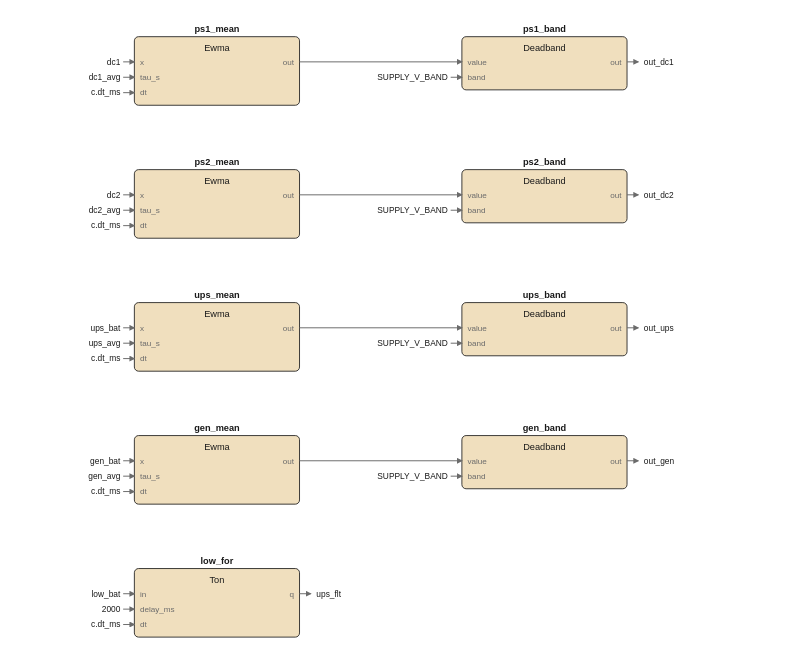
The draw.io diagram images/logic/dc_watch_fbd.drawio.svg in pstch/botanik2, before a commit. Source tidied: cells renumbered, new cells last; positions are measured from the earlier drawing's top-left corner, leaving out a move shared by most shapes.
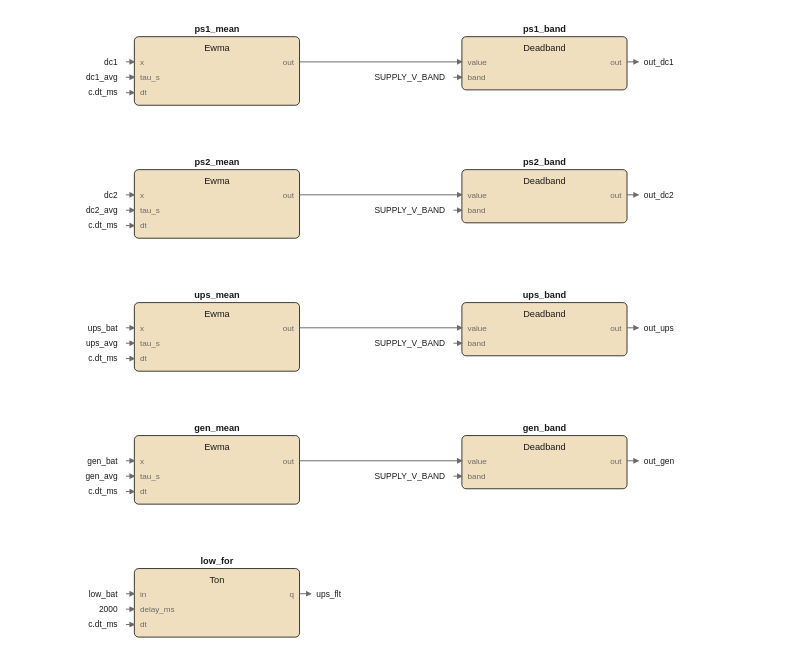
Later version of the same file.

Change to the diagram source:
```diff
@@ -179,244 +179,208 @@
     <mxCell id="60" value="q" style="text;html=1;whiteSpace=nowrap;fontSize=6;fontColor=#6b6b6b;align=right;verticalAlign=middle;" parent="1" vertex="1">
       <mxGeometry x="131" y="403.6" width="20" height="9.8" as="geometry" />
     </mxCell>
-    <mxCell id="61" style="edgeStyle=none;html=1;strokeColor=#6b6b6b;endArrow=block;" parent="1" edge="1">
+    <mxCell id="61" style="edgeStyle=none;html=1;strokeColor=#6b6b6b;endArrow=block;exitX=1;exitY=0.4737;exitDx=0;exitDy=0;" parent="1" edge="1" source="9">
       <mxGeometry relative="1" as="geometry">
-        <mxPoint x="389" y="28" as="sourcePoint" />
         <mxPoint x="397" y="28" as="targetPoint" />
       </mxGeometry>
     </mxCell>
     <mxCell id="62" value="out_dc1" style="text;html=1;whiteSpace=nowrap;fontSize=6;fontColor=#1a1a1a;align=left;verticalAlign=middle;" parent="1" vertex="1">
       <mxGeometry x="401" y="23.5" width="27.1" height="10" as="geometry" />
     </mxCell>
-    <mxCell id="63" style="edgeStyle=none;html=1;strokeColor=#6b6b6b;endArrow=block;" parent="1" edge="1">
+    <mxCell id="63" style="edgeStyle=none;html=1;strokeColor=#6b6b6b;endArrow=block;exitX=1;exitY=0.4737;exitDx=0;exitDy=0;" parent="1" edge="1" source="22">
       <mxGeometry relative="1" as="geometry">
-        <mxPoint x="389" y="123" as="sourcePoint" />
         <mxPoint x="397" y="123" as="targetPoint" />
       </mxGeometry>
     </mxCell>
     <mxCell id="64" value="out_dc2" style="text;html=1;whiteSpace=nowrap;fontSize=6;fontColor=#1a1a1a;align=left;verticalAlign=middle;" parent="1" vertex="1">
       <mxGeometry x="401" y="118.5" width="27.1" height="10" as="geometry" />
     </mxCell>
-    <mxCell id="65" style="edgeStyle=none;html=1;strokeColor=#6b6b6b;endArrow=block;" parent="1" edge="1">
+    <mxCell id="65" style="edgeStyle=none;html=1;strokeColor=#6b6b6b;endArrow=block;exitX=1;exitY=0.4737;exitDx=0;exitDy=0;" parent="1" edge="1" source="35">
       <mxGeometry relative="1" as="geometry">
-        <mxPoint x="389" y="218" as="sourcePoint" />
         <mxPoint x="397" y="218" as="targetPoint" />
       </mxGeometry>
     </mxCell>
     <mxCell id="66" value="out_ups" style="text;html=1;whiteSpace=nowrap;fontSize=6;fontColor=#1a1a1a;align=left;verticalAlign=middle;" parent="1" vertex="1">
       <mxGeometry x="401" y="213.5" width="27.1" height="10" as="geometry" />
     </mxCell>
-    <mxCell id="67" style="edgeStyle=none;html=1;strokeColor=#6b6b6b;endArrow=block;" parent="1" edge="1">
+    <mxCell id="67" style="edgeStyle=none;html=1;strokeColor=#6b6b6b;endArrow=block;exitX=1;exitY=0.4737;exitDx=0;exitDy=0;" parent="1" edge="1" source="48">
       <mxGeometry relative="1" as="geometry">
-        <mxPoint x="389" y="313" as="sourcePoint" />
         <mxPoint x="397" y="313" as="targetPoint" />
       </mxGeometry>
     </mxCell>
     <mxCell id="68" value="out_gen" style="text;html=1;whiteSpace=nowrap;fontSize=6;fontColor=#1a1a1a;align=left;verticalAlign=middle;" parent="1" vertex="1">
       <mxGeometry x="401" y="308.5" width="27.1" height="10" as="geometry" />
     </mxCell>
-    <mxCell id="69" style="edgeStyle=none;html=1;strokeColor=#6b6b6b;endArrow=block;" parent="1" edge="1">
+    <mxCell id="69" style="edgeStyle=none;html=1;strokeColor=#6b6b6b;endArrow=block;exitX=1;exitY=0.3673;exitDx=0;exitDy=0;" parent="1" edge="1" source="54">
       <mxGeometry relative="1" as="geometry">
-        <mxPoint x="155" y="408" as="sourcePoint" />
         <mxPoint x="163" y="408" as="targetPoint" />
       </mxGeometry>
     </mxCell>
     <mxCell id="70" value="ups_flt" style="text;html=1;whiteSpace=nowrap;fontSize=6;fontColor=#1a1a1a;align=left;verticalAlign=middle;" parent="1" vertex="1">
       <mxGeometry x="167" y="403.5" width="27.1" height="10" as="geometry" />
     </mxCell>
-    <mxCell id="71" style="edgeStyle=none;html=1;strokeColor=#6b6b6b;endArrow=block;" parent="1" edge="1">
-      <mxGeometry relative="1" as="geometry">
-        <mxPoint x="155" y="28" as="sourcePoint" />
-        <mxPoint x="271" y="28" as="targetPoint" />
-      </mxGeometry>
+    <mxCell id="71" style="edgeStyle=none;html=1;strokeColor=#6b6b6b;endArrow=block;exitX=1;exitY=0.3673;exitDx=0;exitDy=0;entryX=0;entryY=0.4737;entryDx=0;entryDy=0;" parent="1" edge="1" source="2" target="9">
+      <mxGeometry relative="1" as="geometry" />
     </mxCell>
-    <mxCell id="72" style="edgeStyle=none;html=1;strokeColor=#6b6b6b;endArrow=block;" parent="1" edge="1">
-      <mxGeometry relative="1" as="geometry">
-        <mxPoint x="155" y="123" as="sourcePoint" />
-        <mxPoint x="271" y="123" as="targetPoint" />
-      </mxGeometry>
+    <mxCell id="72" style="edgeStyle=none;html=1;strokeColor=#6b6b6b;endArrow=block;exitX=1;exitY=0.3673;exitDx=0;exitDy=0;entryX=0;entryY=0.4737;entryDx=0;entryDy=0;" parent="1" edge="1" source="15" target="22">
+      <mxGeometry relative="1" as="geometry" />
     </mxCell>
-    <mxCell id="73" style="edgeStyle=none;html=1;strokeColor=#6b6b6b;endArrow=block;" parent="1" edge="1">
-      <mxGeometry relative="1" as="geometry">
-        <mxPoint x="155" y="218" as="sourcePoint" />
-        <mxPoint x="271" y="218" as="targetPoint" />
-      </mxGeometry>
+    <mxCell id="73" style="edgeStyle=none;html=1;strokeColor=#6b6b6b;endArrow=block;exitX=1;exitY=0.3673;exitDx=0;exitDy=0;entryX=0;entryY=0.4737;entryDx=0;entryDy=0;" parent="1" edge="1" source="28" target="35">
+      <mxGeometry relative="1" as="geometry" />
     </mxCell>
-    <mxCell id="74" style="edgeStyle=none;html=1;strokeColor=#6b6b6b;endArrow=block;" parent="1" edge="1">
-      <mxGeometry relative="1" as="geometry">
-        <mxPoint x="155" y="313" as="sourcePoint" />
-        <mxPoint x="271" y="313" as="targetPoint" />
-      </mxGeometry>
+    <mxCell id="74" style="edgeStyle=none;html=1;strokeColor=#6b6b6b;endArrow=block;exitX=1;exitY=0.3673;exitDx=0;exitDy=0;entryX=0;entryY=0.4737;entryDx=0;entryDy=0;" parent="1" edge="1" source="41" target="48">
+      <mxGeometry relative="1" as="geometry" />
     </mxCell>
     <mxCell id="75" value="dc1" style="text;html=1;whiteSpace=nowrap;fontSize=6;fontColor=#1a1a1a;align=right;verticalAlign=middle;" parent="1" vertex="1">
-      <mxGeometry x="7" y="23.5" width="20" height="10" as="geometry" />
+      <mxGeometry x="5" y="23.5" width="20" height="10" as="geometry" />
     </mxCell>
-    <mxCell id="76" style="edgeStyle=none;html=1;strokeColor=#6b6b6b;endArrow=block;" parent="1" edge="1">
+    <mxCell id="76" style="edgeStyle=none;html=1;strokeColor=#6b6b6b;endArrow=block;entryX=0;entryY=0.3673;entryDx=0;entryDy=0;" parent="1" edge="1" target="2">
       <mxGeometry relative="1" as="geometry">
-        <mxPoint x="29" y="28" as="sourcePoint" />
-        <mxPoint x="37" y="28" as="targetPoint" />
+        <mxPoint x="31" y="28" as="sourcePoint" />
       </mxGeometry>
     </mxCell>
     <mxCell id="77" value="dc1_avg" style="text;html=1;whiteSpace=nowrap;fontSize=6;fontColor=#1a1a1a;align=right;verticalAlign=middle;" parent="1" vertex="1">
-      <mxGeometry x="-0.1" y="34.5" width="27.1" height="10" as="geometry" />
+      <mxGeometry x="-2.1" y="34.5" width="27.1" height="10" as="geometry" />
     </mxCell>
-    <mxCell id="78" style="edgeStyle=none;html=1;strokeColor=#6b6b6b;endArrow=block;" parent="1" edge="1">
+    <mxCell id="78" style="edgeStyle=none;html=1;strokeColor=#6b6b6b;endArrow=block;entryX=0;entryY=0.5918;entryDx=0;entryDy=0;" parent="1" edge="1" target="2">
       <mxGeometry relative="1" as="geometry">
-        <mxPoint x="29" y="39" as="sourcePoint" />
-        <mxPoint x="37" y="39" as="targetPoint" />
+        <mxPoint x="31" y="39" as="sourcePoint" />
       </mxGeometry>
     </mxCell>
     <mxCell id="79" value="c.dt_ms" style="text;html=1;whiteSpace=nowrap;fontSize=6;fontColor=#1a1a1a;align=right;verticalAlign=middle;" parent="1" vertex="1">
-      <mxGeometry x="-0.1" y="45.5" width="27.1" height="10" as="geometry" />
+      <mxGeometry x="-2.1" y="45.5" width="27.1" height="10" as="geometry" />
     </mxCell>
-    <mxCell id="80" style="edgeStyle=none;html=1;strokeColor=#6b6b6b;endArrow=block;" parent="1" edge="1">
+    <mxCell id="80" style="edgeStyle=none;html=1;strokeColor=#6b6b6b;endArrow=block;entryX=0;entryY=0.8163;entryDx=0;entryDy=0;" parent="1" edge="1" target="2">
       <mxGeometry relative="1" as="geometry">
-        <mxPoint x="29" y="50" as="sourcePoint" />
-        <mxPoint x="37" y="50" as="targetPoint" />
+        <mxPoint x="31" y="50" as="sourcePoint" />
       </mxGeometry>
     </mxCell>
     <mxCell id="81" value="SUPPLY_V_BAND" style="text;html=1;whiteSpace=nowrap;fontSize=6;fontColor=#1a1a1a;align=right;verticalAlign=middle;" parent="1" vertex="1">
-      <mxGeometry x="214.1" y="34.5" width="46.9" height="10" as="geometry" />
+      <mxGeometry x="212.1" y="34.5" width="46.9" height="10" as="geometry" />
     </mxCell>
-    <mxCell id="82" style="edgeStyle=none;html=1;strokeColor=#6b6b6b;endArrow=block;" parent="1" edge="1">
+    <mxCell id="82" style="edgeStyle=none;html=1;strokeColor=#6b6b6b;endArrow=block;entryX=0;entryY=0.7632;entryDx=0;entryDy=0;" parent="1" edge="1" target="9">
       <mxGeometry relative="1" as="geometry">
-        <mxPoint x="263" y="39" as="sourcePoint" />
-        <mxPoint x="271" y="39" as="targetPoint" />
+        <mxPoint x="265" y="39" as="sourcePoint" />
       </mxGeometry>
     </mxCell>
     <mxCell id="83" value="dc2" style="text;html=1;whiteSpace=nowrap;fontSize=6;fontColor=#1a1a1a;align=right;verticalAlign=middle;" parent="1" vertex="1">
-      <mxGeometry x="7" y="118.5" width="20" height="10" as="geometry" />
+      <mxGeometry x="5" y="118.5" width="20" height="10" as="geometry" />
     </mxCell>
-    <mxCell id="84" style="edgeStyle=none;html=1;strokeColor=#6b6b6b;endArrow=block;" parent="1" edge="1">
+    <mxCell id="84" style="edgeStyle=none;html=1;strokeColor=#6b6b6b;endArrow=block;entryX=0;entryY=0.3673;entryDx=0;entryDy=0;" parent="1" edge="1" target="15">
       <mxGeometry relative="1" as="geometry">
-        <mxPoint x="29" y="123" as="sourcePoint" />
-        <mxPoint x="37" y="123" as="targetPoint" />
+        <mxPoint x="31" y="123" as="sourcePoint" />
       </mxGeometry>
     </mxCell>
     <mxCell id="85" value="dc2_avg" style="text;html=1;whiteSpace=nowrap;fontSize=6;fontColor=#1a1a1a;align=right;verticalAlign=middle;" parent="1" vertex="1">
-      <mxGeometry x="-0.1" y="129.5" width="27.1" height="10" as="geometry" />
+      <mxGeometry x="-2.1" y="129.5" width="27.1" height="10" as="geometry" />
     </mxCell>
-    <mxCell id="86" style="edgeStyle=none;html=1;strokeColor=#6b6b6b;endArrow=block;" parent="1" edge="1">
+    <mxCell id="86" style="edgeStyle=none;html=1;strokeColor=#6b6b6b;endArrow=block;entryX=0;entryY=0.5918;entryDx=0;entryDy=0;" parent="1" edge="1" target="15">
       <mxGeometry relative="1" as="geometry">
-        <mxPoint x="29" y="134" as="sourcePoint" />
-        <mxPoint x="37" y="134" as="targetPoint" />
+        <mxPoint x="31" y="134" as="sourcePoint" />
       </mxGeometry>
     </mxCell>
     <mxCell id="87" value="c.dt_ms" style="text;html=1;whiteSpace=nowrap;fontSize=6;fontColor=#1a1a1a;align=right;verticalAlign=middle;" parent="1" vertex="1">
-      <mxGeometry x="-0.1" y="140.5" width="27.1" height="10" as="geometry" />
+      <mxGeometry x="-2.1" y="140.5" width="27.1" height="10" as="geometry" />
     </mxCell>
-    <mxCell id="88" style="edgeStyle=none;html=1;strokeColor=#6b6b6b;endArrow=block;" parent="1" edge="1">
+    <mxCell id="88" style="edgeStyle=none;html=1;strokeColor=#6b6b6b;endArrow=block;entryX=0;entryY=0.8163;entryDx=0;entryDy=0;" parent="1" edge="1" target="15">
       <mxGeometry relative="1" as="geometry">
-        <mxPoint x="29" y="145" as="sourcePoint" />
-        <mxPoint x="37" y="145" as="targetPoint" />
+        <mxPoint x="31" y="145" as="sourcePoint" />
       </mxGeometry>
     </mxCell>
     <mxCell id="89" value="SUPPLY_V_BAND" style="text;html=1;whiteSpace=nowrap;fontSize=6;fontColor=#1a1a1a;align=right;verticalAlign=middle;" parent="1" vertex="1">
-      <mxGeometry x="214.1" y="129.5" width="46.9" height="10" as="geometry" />
+      <mxGeometry x="212.1" y="129.5" width="46.9" height="10" as="geometry" />
     </mxCell>
-    <mxCell id="90" style="edgeStyle=none;html=1;strokeColor=#6b6b6b;endArrow=block;" parent="1" edge="1">
+    <mxCell id="90" style="edgeStyle=none;html=1;strokeColor=#6b6b6b;endArrow=block;entryX=0;entryY=0.7632;entryDx=0;entryDy=0;" parent="1" edge="1" target="22">
       <mxGeometry relative="1" as="geometry">
-        <mxPoint x="263" y="134" as="sourcePoint" />
-        <mxPoint x="271" y="134" as="targetPoint" />
+        <mxPoint x="265" y="134" as="sourcePoint" />
       </mxGeometry>
     </mxCell>
     <mxCell id="91" value="ups_bat" style="text;html=1;whiteSpace=nowrap;fontSize=6;fontColor=#1a1a1a;align=right;verticalAlign=middle;" parent="1" vertex="1">
-      <mxGeometry x="-0.1" y="213.5" width="27.1" height="10" as="geometry" />
+      <mxGeometry x="-2.1" y="213.5" width="27.1" height="10" as="geometry" />
     </mxCell>
-    <mxCell id="92" style="edgeStyle=none;html=1;strokeColor=#6b6b6b;endArrow=block;" parent="1" edge="1">
+    <mxCell id="92" style="edgeStyle=none;html=1;strokeColor=#6b6b6b;endArrow=block;entryX=0;entryY=0.3673;entryDx=0;entryDy=0;" parent="1" edge="1" target="28">
       <mxGeometry relative="1" as="geometry">
-        <mxPoint x="29" y="218" as="sourcePoint" />
-        <mxPoint x="37" y="218" as="targetPoint" />
+        <mxPoint x="31" y="218" as="sourcePoint" />
       </mxGeometry>
     </mxCell>
     <mxCell id="93" value="ups_avg" style="text;html=1;whiteSpace=nowrap;fontSize=6;fontColor=#1a1a1a;align=right;verticalAlign=middle;" parent="1" vertex="1">
-      <mxGeometry x="-0.1" y="224.5" width="27.1" height="10" as="geometry" />
+      <mxGeometry x="-2.1" y="224.5" width="27.1" height="10" as="geometry" />
     </mxCell>
-    <mxCell id="94" style="edgeStyle=none;html=1;strokeColor=#6b6b6b;endArrow=block;" parent="1" edge="1">
+    <mxCell id="94" style="edgeStyle=none;html=1;strokeColor=#6b6b6b;endArrow=block;entryX=0;entryY=0.5918;entryDx=0;entryDy=0;" parent="1" edge="1" target="28">
       <mxGeometry relative="1" as="geometry">
-        <mxPoint x="29" y="229" as="sourcePoint" />
-        <mxPoint x="37" y="229" as="targetPoint" />
+        <mxPoint x="31" y="229" as="sourcePoint" />
       </mxGeometry>
     </mxCell>
     <mxCell id="95" value="c.dt_ms" style="text;html=1;whiteSpace=nowrap;fontSize=6;fontColor=#1a1a1a;align=right;verticalAlign=middle;" parent="1" vertex="1">
-      <mxGeometry x="-0.1" y="235.5" width="27.1" height="10" as="geometry" />
+      <mxGeometry x="-2.1" y="235.5" width="27.1" height="10" as="geometry" />
     </mxCell>
-    <mxCell id="96" style="edgeStyle=none;html=1;strokeColor=#6b6b6b;endArrow=block;" parent="1" edge="1">
+    <mxCell id="96" style="edgeStyle=none;html=1;strokeColor=#6b6b6b;endArrow=block;entryX=0;entryY=0.8163;entryDx=0;entryDy=0;" parent="1" edge="1" target="28">
       <mxGeometry relative="1" as="geometry">
-        <mxPoint x="29" y="240" as="sourcePoint" />
-        <mxPoint x="37" y="240" as="targetPoint" />
+        <mxPoint x="31" y="240" as="sourcePoint" />
       </mxGeometry>
     </mxCell>
     <mxCell id="97" value="SUPPLY_V_BAND" style="text;html=1;whiteSpace=nowrap;fontSize=6;fontColor=#1a1a1a;align=right;verticalAlign=middle;" parent="1" vertex="1">
-      <mxGeometry x="214.1" y="224.5" width="46.9" height="10" as="geometry" />
+      <mxGeometry x="212.1" y="224.5" width="46.9" height="10" as="geometry" />
     </mxCell>
-    <mxCell id="98" style="edgeStyle=none;html=1;strokeColor=#6b6b6b;endArrow=block;" parent="1" edge="1">
+    <mxCell id="98" style="edgeStyle=none;html=1;strokeColor=#6b6b6b;endArrow=block;entryX=0;entryY=0.7632;entryDx=0;entryDy=0;" parent="1" edge="1" target="35">
       <mxGeometry relative="1" as="geometry">
-        <mxPoint x="263" y="229" as="sourcePoint" />
-        <mxPoint x="271" y="229" as="targetPoint" />
+        <mxPoint x="265" y="229" as="sourcePoint" />
       </mxGeometry>
     </mxCell>
     <mxCell id="99" value="gen_bat" style="text;html=1;whiteSpace=nowrap;fontSize=6;fontColor=#1a1a1a;align=right;verticalAlign=middle;" parent="1" vertex="1">
-      <mxGeometry x="-0.1" y="308.5" width="27.1" height="10" as="geometry" />
+      <mxGeometry x="-2.1" y="308.5" width="27.1" height="10" as="geometry" />
     </mxCell>
-    <mxCell id="100" style="edgeStyle=none;html=1;strokeColor=#6b6b6b;endArrow=block;" parent="1" edge="1">
+    <mxCell id="100" style="edgeStyle=none;html=1;strokeColor=#6b6b6b;endArrow=block;entryX=0;entryY=0.3673;entryDx=0;entryDy=0;" parent="1" edge="1" target="41">
       <mxGeometry relative="1" as="geometry">
-        <mxPoint x="29" y="313" as="sourcePoint" />
-        <mxPoint x="37" y="313" as="targetPoint" />
+        <mxPoint x="31" y="313" as="sourcePoint" />
       </mxGeometry>
     </mxCell>
     <mxCell id="101" value="gen_avg" style="text;html=1;whiteSpace=nowrap;fontSize=6;fontColor=#1a1a1a;align=right;verticalAlign=middle;" parent="1" vertex="1">
-      <mxGeometry x="-0.1" y="319.5" width="27.1" height="10" as="geometry" />
+      <mxGeometry x="-2.1" y="319.5" width="27.1" height="10" as="geometry" />
     </mxCell>
-    <mxCell id="102" style="edgeStyle=none;html=1;strokeColor=#6b6b6b;endArrow=block;" parent="1" edge="1">
+    <mxCell id="102" style="edgeStyle=none;html=1;strokeColor=#6b6b6b;endArrow=block;entryX=0;entryY=0.5918;entryDx=0;entryDy=0;" parent="1" edge="1" target="41">
       <mxGeometry relative="1" as="geometry">
-        <mxPoint x="29" y="324" as="sourcePoint" />
-        <mxPoint x="37" y="324" as="targetPoint" />
+        <mxPoint x="31" y="324" as="sourcePoint" />
       </mxGeometry>
     </mxCell>
     <mxCell id="103" value="c.dt_ms" style="text;html=1;whiteSpace=nowrap;fontSize=6;fontColor=#1a1a1a;align=right;verticalAlign=middle;" parent="1" vertex="1">
-      <mxGeometry x="-0.1" y="330.5" width="27.1" height="10" as="geometry" />
+      <mxGeometry x="-2.1" y="330.5" width="27.1" height="10" as="geometry" />
     </mxCell>
-    <mxCell id="104" style="edgeStyle=none;html=1;strokeColor=#6b6b6b;endArrow=block;" parent="1" edge="1">
+    <mxCell id="104" style="edgeStyle=none;html=1;strokeColor=#6b6b6b;endArrow=block;entryX=0;entryY=0.8163;entryDx=0;entryDy=0;" parent="1" edge="1" target="41">
       <mxGeometry relative="1" as="geometry">
-        <mxPoint x="29" y="335" as="sourcePoint" />
-        <mxPoint x="37" y="335" as="targetPoint" />
+        <mxPoint x="31" y="335" as="sourcePoint" />
       </mxGeometry>
     </mxCell>
     <mxCell id="105" value="SUPPLY_V_BAND" style="text;html=1;whiteSpace=nowrap;fontSize=6;fontColor=#1a1a1a;align=right;verticalAlign=middle;" parent="1" vertex="1">
-      <mxGeometry x="214.1" y="319.5" width="46.9" height="10" as="geometry" />
+      <mxGeometry x="212.1" y="319.5" width="46.9" height="10" as="geometry" />
     </mxCell>
-    <mxCell id="106" style="edgeStyle=none;html=1;strokeColor=#6b6b6b;endArrow=block;" parent="1" edge="1">
+    <mxCell id="106" style="edgeStyle=none;html=1;strokeColor=#6b6b6b;endArrow=block;entryX=0;entryY=0.7632;entryDx=0;entryDy=0;" parent="1" edge="1" target="48">
       <mxGeometry relative="1" as="geometry">
-        <mxPoint x="263" y="324" as="sourcePoint" />
-        <mxPoint x="271" y="324" as="targetPoint" />
+        <mxPoint x="265" y="324" as="sourcePoint" />
       </mxGeometry>
     </mxCell>
     <mxCell id="107" value="low_bat" style="text;html=1;whiteSpace=nowrap;fontSize=6;fontColor=#1a1a1a;align=right;verticalAlign=middle;" parent="1" vertex="1">
-      <mxGeometry x="-0.1" y="403.5" width="27.1" height="10" as="geometry" />
+      <mxGeometry x="-2.1" y="403.5" width="27.1" height="10" as="geometry" />
     </mxCell>
-    <mxCell id="108" style="edgeStyle=none;html=1;strokeColor=#6b6b6b;endArrow=block;" parent="1" edge="1">
+    <mxCell id="108" style="edgeStyle=none;html=1;strokeColor=#6b6b6b;endArrow=block;entryX=0;entryY=0.3673;entryDx=0;entryDy=0;" parent="1" edge="1" target="54">
       <mxGeometry relative="1" as="geometry">
-        <mxPoint x="29" y="408" as="sourcePoint" />
-        <mxPoint x="37" y="408" as="targetPoint" />
+        <mxPoint x="31" y="408" as="sourcePoint" />
       </mxGeometry>
     </mxCell>
     <mxCell id="109" value="2000" style="text;html=1;whiteSpace=nowrap;fontSize=6;fontColor=#1a1a1a;align=right;verticalAlign=middle;" parent="1" vertex="1">
-      <mxGeometry x="7" y="414.5" width="20" height="10" as="geometry" />
+      <mxGeometry x="5" y="414.5" width="20" height="10" as="geometry" />
     </mxCell>
-    <mxCell id="110" style="edgeStyle=none;html=1;strokeColor=#6b6b6b;endArrow=block;" parent="1" edge="1">
+    <mxCell id="110" style="edgeStyle=none;html=1;strokeColor=#6b6b6b;endArrow=block;entryX=0;entryY=0.5918;entryDx=0;entryDy=0;" parent="1" edge="1" target="54">
       <mxGeometry relative="1" as="geometry">
-        <mxPoint x="29" y="419" as="sourcePoint" />
-        <mxPoint x="37" y="419" as="targetPoint" />
+        <mxPoint x="31" y="419" as="sourcePoint" />
       </mxGeometry>
     </mxCell>
     <mxCell id="111" value="c.dt_ms" style="text;html=1;whiteSpace=nowrap;fontSize=6;fontColor=#1a1a1a;align=right;verticalAlign=middle;" parent="1" vertex="1">
-      <mxGeometry x="-0.1" y="425.5" width="27.1" height="10" as="geometry" />
+      <mxGeometry x="-2.1" y="425.5" width="27.1" height="10" as="geometry" />
     </mxCell>
-    <mxCell id="112" style="edgeStyle=none;html=1;strokeColor=#6b6b6b;endArrow=block;" parent="1" edge="1">
+    <mxCell id="112" style="edgeStyle=none;html=1;strokeColor=#6b6b6b;endArrow=block;entryX=0;entryY=0.8163;entryDx=0;entryDy=0;" parent="1" edge="1" target="54">
       <mxGeometry relative="1" as="geometry">
-        <mxPoint x="29" y="430" as="sourcePoint" />
-        <mxPoint x="37" y="430" as="targetPoint" />
+        <mxPoint x="31" y="430" as="sourcePoint" />
       </mxGeometry>
     </mxCell>
   </root>
```
